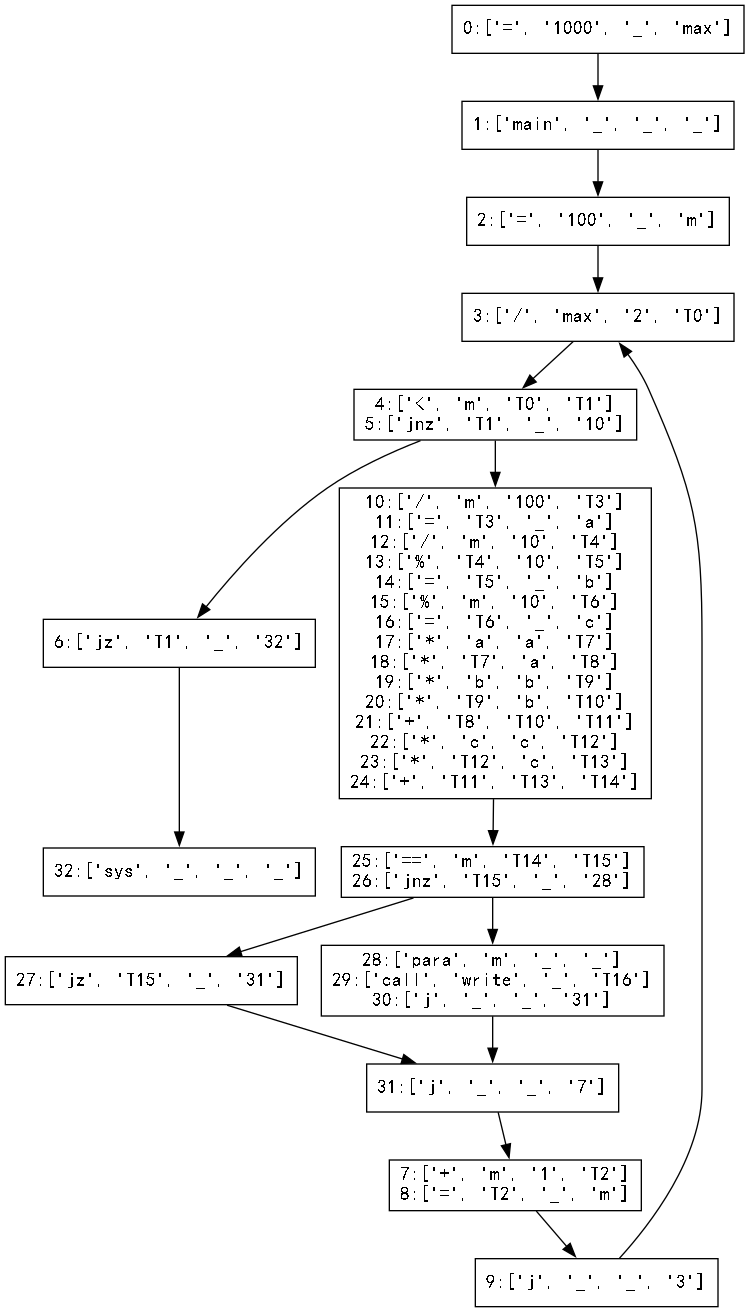
Earlier version of the Graphviz export Basic_Block/basic_block.gv.png (hutao99/compiler). Its source is kept beside it as Basic_Block/basic_block.gv.
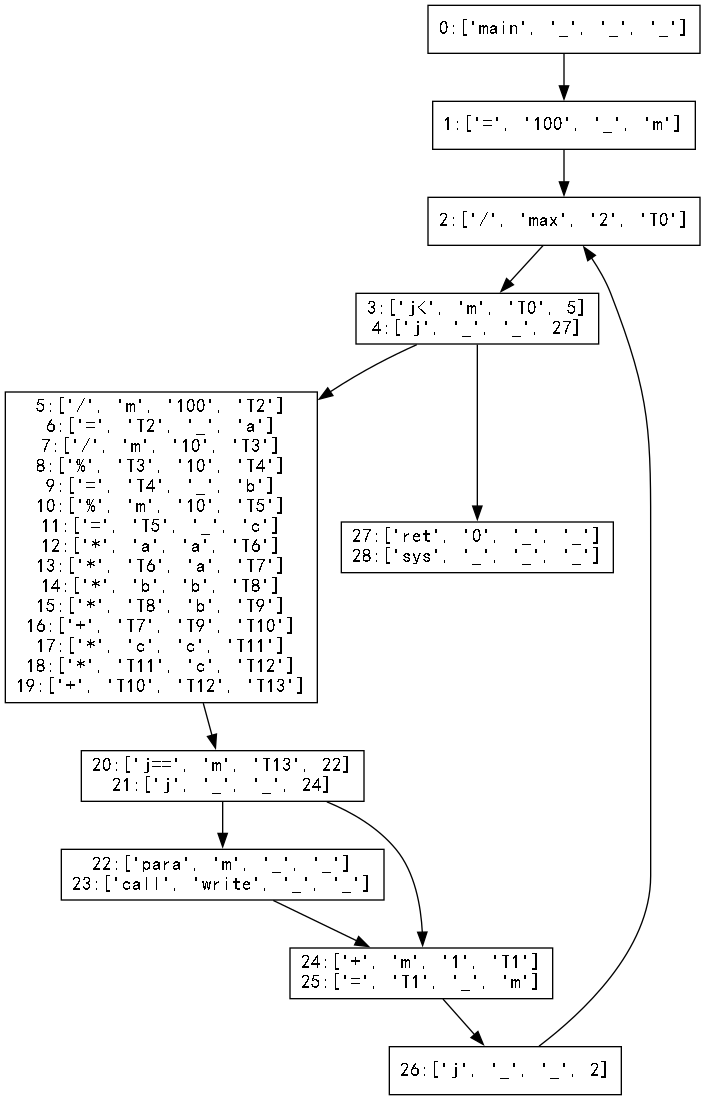
Later version of the same file.

The edit, as a diff of the source:
```diff
@@ -1,64 +1,52 @@
 digraph "./Basic_Block/basic_block" {
-	0 [label="0:['=', '1000', '_', 'max']
+	0 [label="0:['main', '_', '_', '_']
 " fontname=SimHei shape=rectangle]
-	1 [label="1:['main', '_', '_', '_']
+	1 [label="1:['=', '100', '_', 'm']
 " fontname=SimHei shape=rectangle]
-	2 [label="2:['=', '100', '_', 'm']
+	2 [label="2:['/', 'max', '2', 'T0']
 " fontname=SimHei shape=rectangle]
-	3 [label="3:['/', 'max', '2', 'T0']
+	3 [label="3:['j<', 'm', 'T0', 5]
+4:['j', '_', '_', 27]
 " fontname=SimHei shape=rectangle]
-	4 [label="4:['<', 'm', 'T0', 'T1']
-5:['jnz', 'T1', '_', '10']
+	4 [label="5:['/', 'm', '100', 'T2']
+6:['=', 'T2', '_', 'a']
+7:['/', 'm', '10', 'T3']
+8:['%', 'T3', '10', 'T4']
+9:['=', 'T4', '_', 'b']
+10:['%', 'm', '10', 'T5']
+11:['=', 'T5', '_', 'c']
+12:['*', 'a', 'a', 'T6']
+13:['*', 'T6', 'a', 'T7']
+14:['*', 'b', 'b', 'T8']
+15:['*', 'T8', 'b', 'T9']
+16:['+', 'T7', 'T9', 'T10']
+17:['*', 'c', 'c', 'T11']
+18:['*', 'T11', 'c', 'T12']
+19:['+', 'T10', 'T12', 'T13']
 " fontname=SimHei shape=rectangle]
-	5 [label="6:['jz', 'T1', '_', '32']
+	5 [label="20:['j==', 'm', 'T13', 22]
+21:['j', '_', '_', 24]
 " fontname=SimHei shape=rectangle]
-	6 [label="7:['+', 'm', '1', 'T2']
-8:['=', 'T2', '_', 'm']
+	6 [label="22:['para', 'm', '_', '_']
+23:['call', 'write', '_', '_']
 " fontname=SimHei shape=rectangle]
-	7 [label="9:['j', '_', '_', '3']
+	7 [label="24:['+', 'm', '1', 'T1']
+25:['=', 'T1', '_', 'm']
 " fontname=SimHei shape=rectangle]
-	8 [label="10:['/', 'm', '100', 'T3']
-11:['=', 'T3', '_', 'a']
-12:['/', 'm', '10', 'T4']
-13:['%', 'T4', '10', 'T5']
-14:['=', 'T5', '_', 'b']
-15:['%', 'm', '10', 'T6']
-16:['=', 'T6', '_', 'c']
-17:['*', 'a', 'a', 'T7']
-18:['*', 'T7', 'a', 'T8']
-19:['*', 'b', 'b', 'T9']
-20:['*', 'T9', 'b', 'T10']
-21:['+', 'T8', 'T10', 'T11']
-22:['*', 'c', 'c', 'T12']
-23:['*', 'T12', 'c', 'T13']
-24:['+', 'T11', 'T13', 'T14']
+	8 [label="26:['j', '_', '_', 2]
 " fontname=SimHei shape=rectangle]
-	9 [label="25:['==', 'm', 'T14', 'T15']
-26:['jnz', 'T15', '_', '28']
-" fontname=SimHei shape=rectangle]
-	10 [label="27:['jz', 'T15', '_', '31']
-" fontname=SimHei shape=rectangle]
-	11 [label="28:['para', 'm', '_', '_']
-29:['call', 'write', '_', 'T16']
-30:['j', '_', '_', '31']
-" fontname=SimHei shape=rectangle]
-	12 [label="31:['j', '_', '_', '7']
-" fontname=SimHei shape=rectangle]
-	13 [label="32:['sys', '_', '_', '_']
+	9 [label="27:['ret', '0', '_', '_']
+28:['sys', '_', '_', '_']
 " fontname=SimHei shape=rectangle]
 	0 -> 1
 	1 -> 2
 	2 -> 3
 	3 -> 4
-	4 -> 8
+	3 -> 9
 	4 -> 5
-	5 -> 13
+	5 -> 6
+	5 -> 7
 	6 -> 7
-	7 -> 3
-	8 -> 9
-	9 -> 11
-	9 -> 10
-	10 -> 12
-	11 -> 12
-	12 -> 6
+	7 -> 8
+	8 -> 2
 }
```
